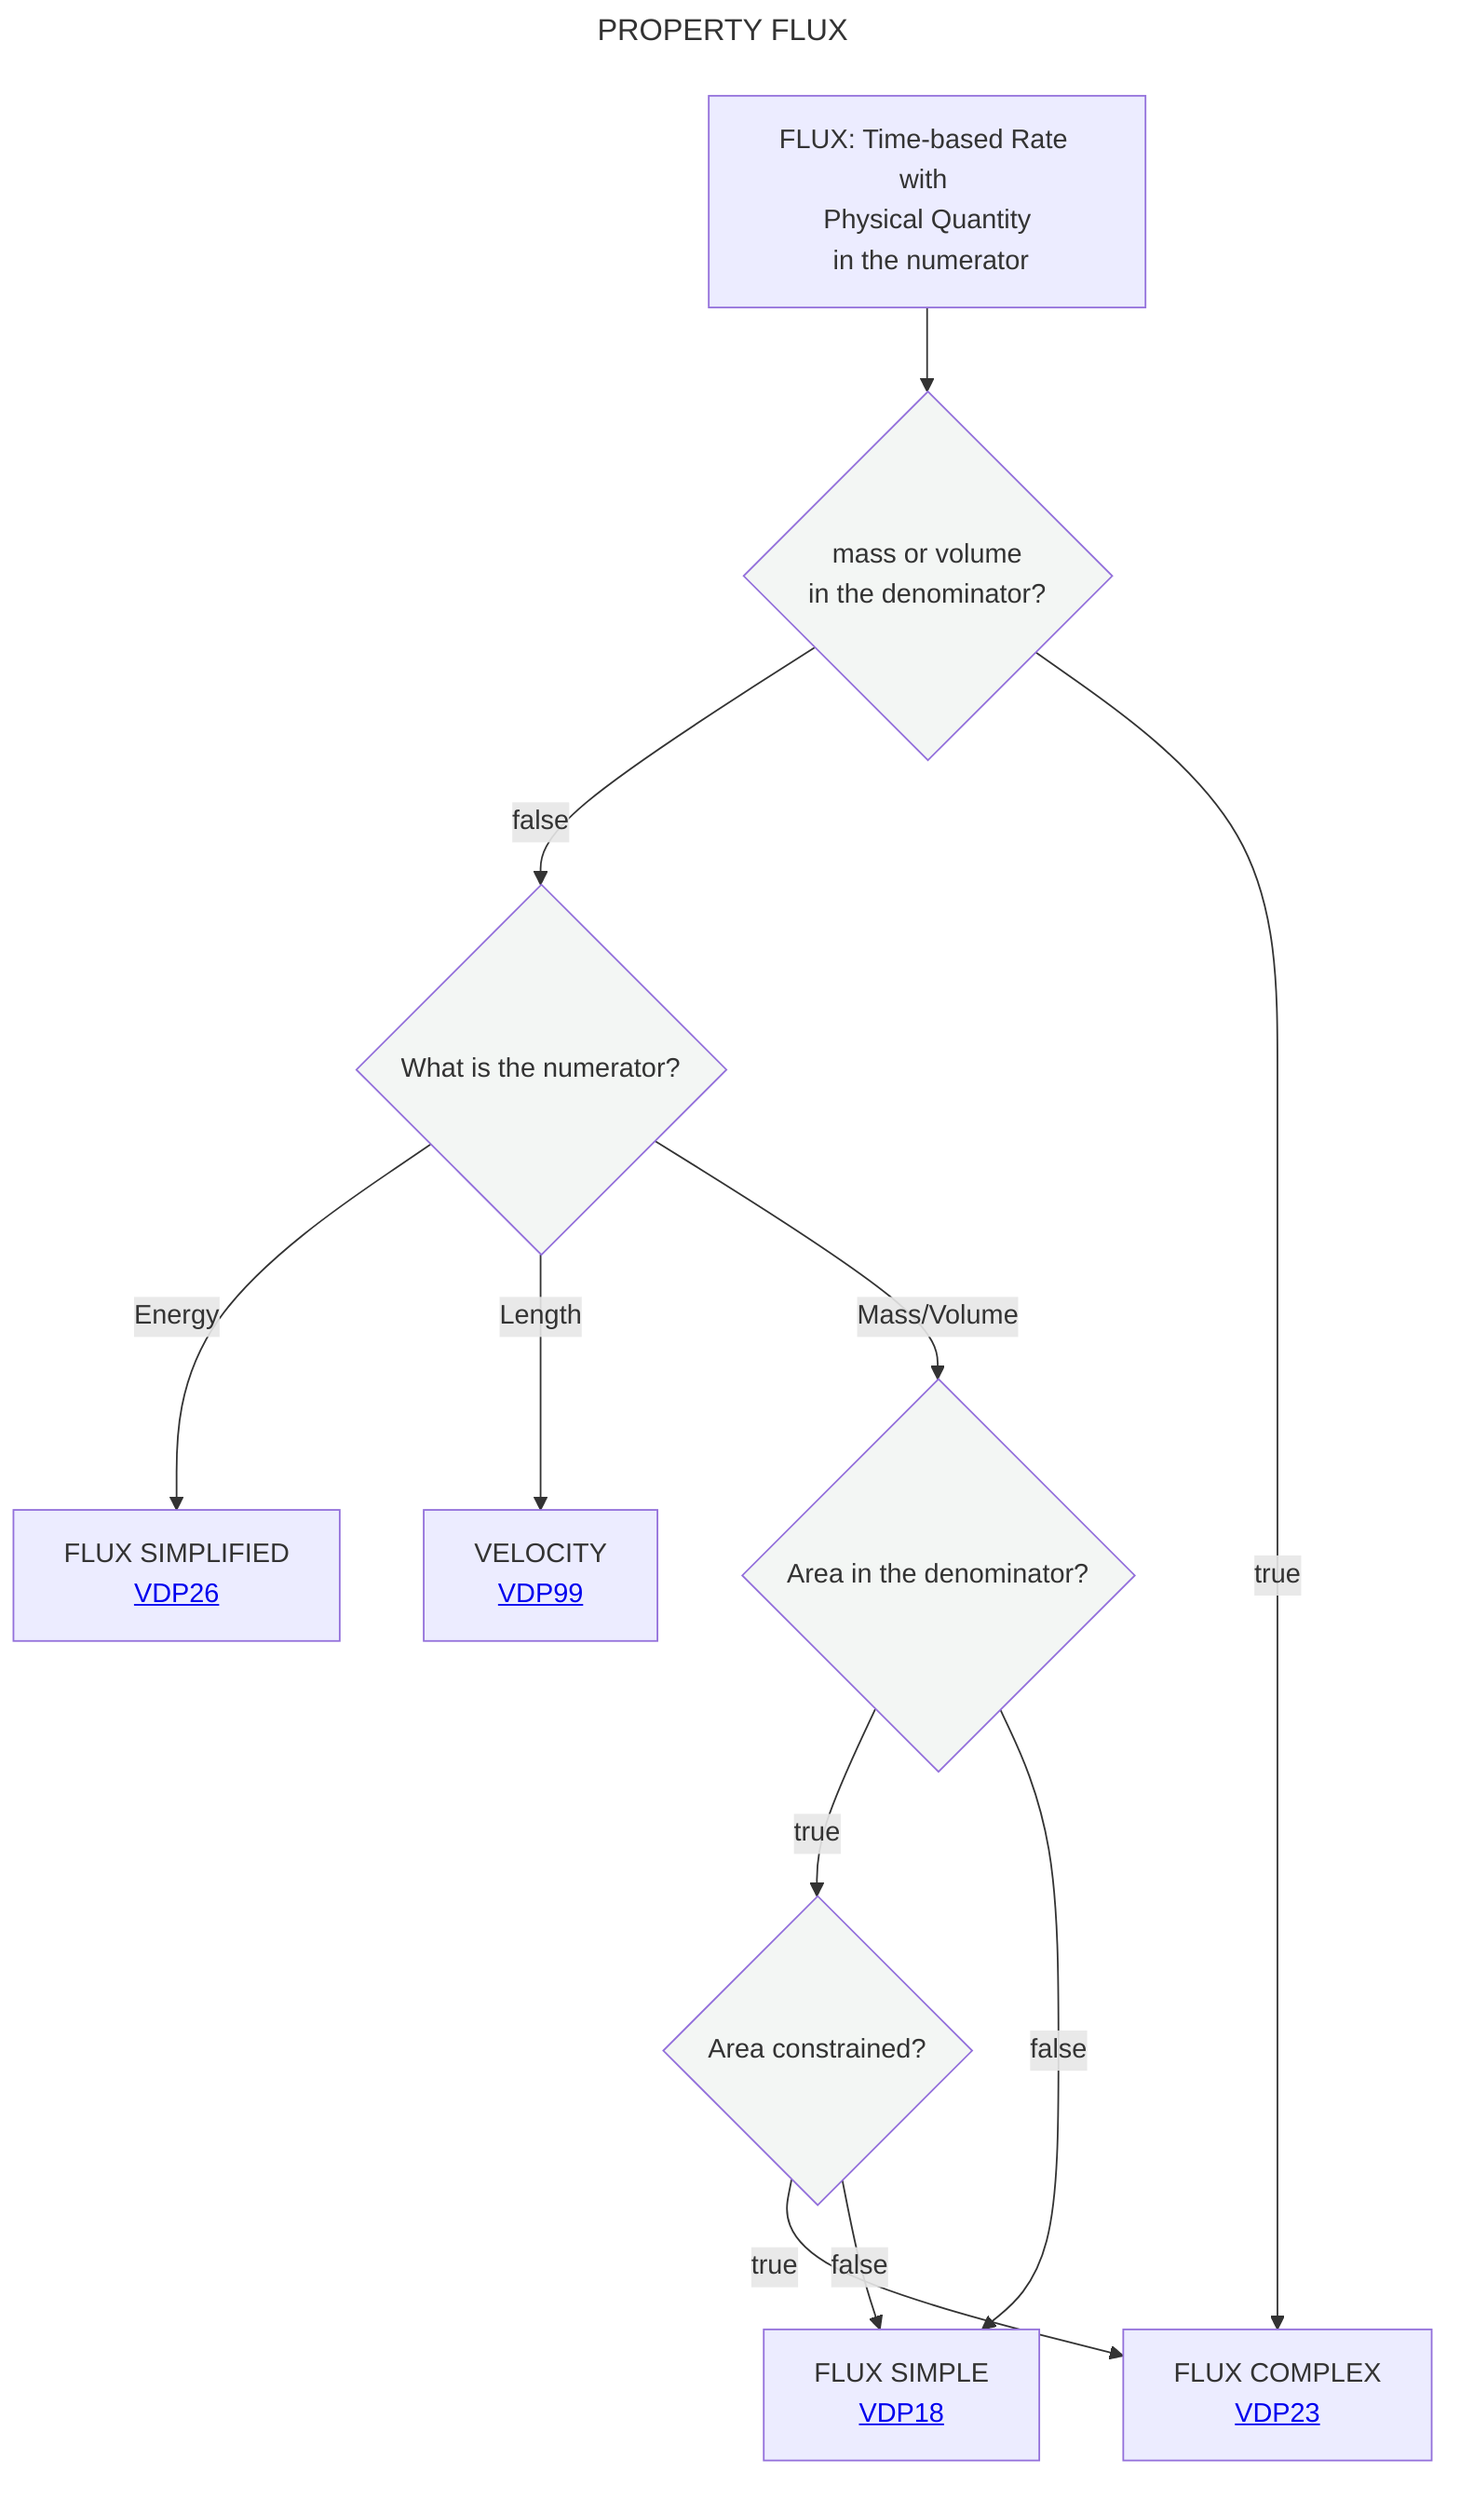
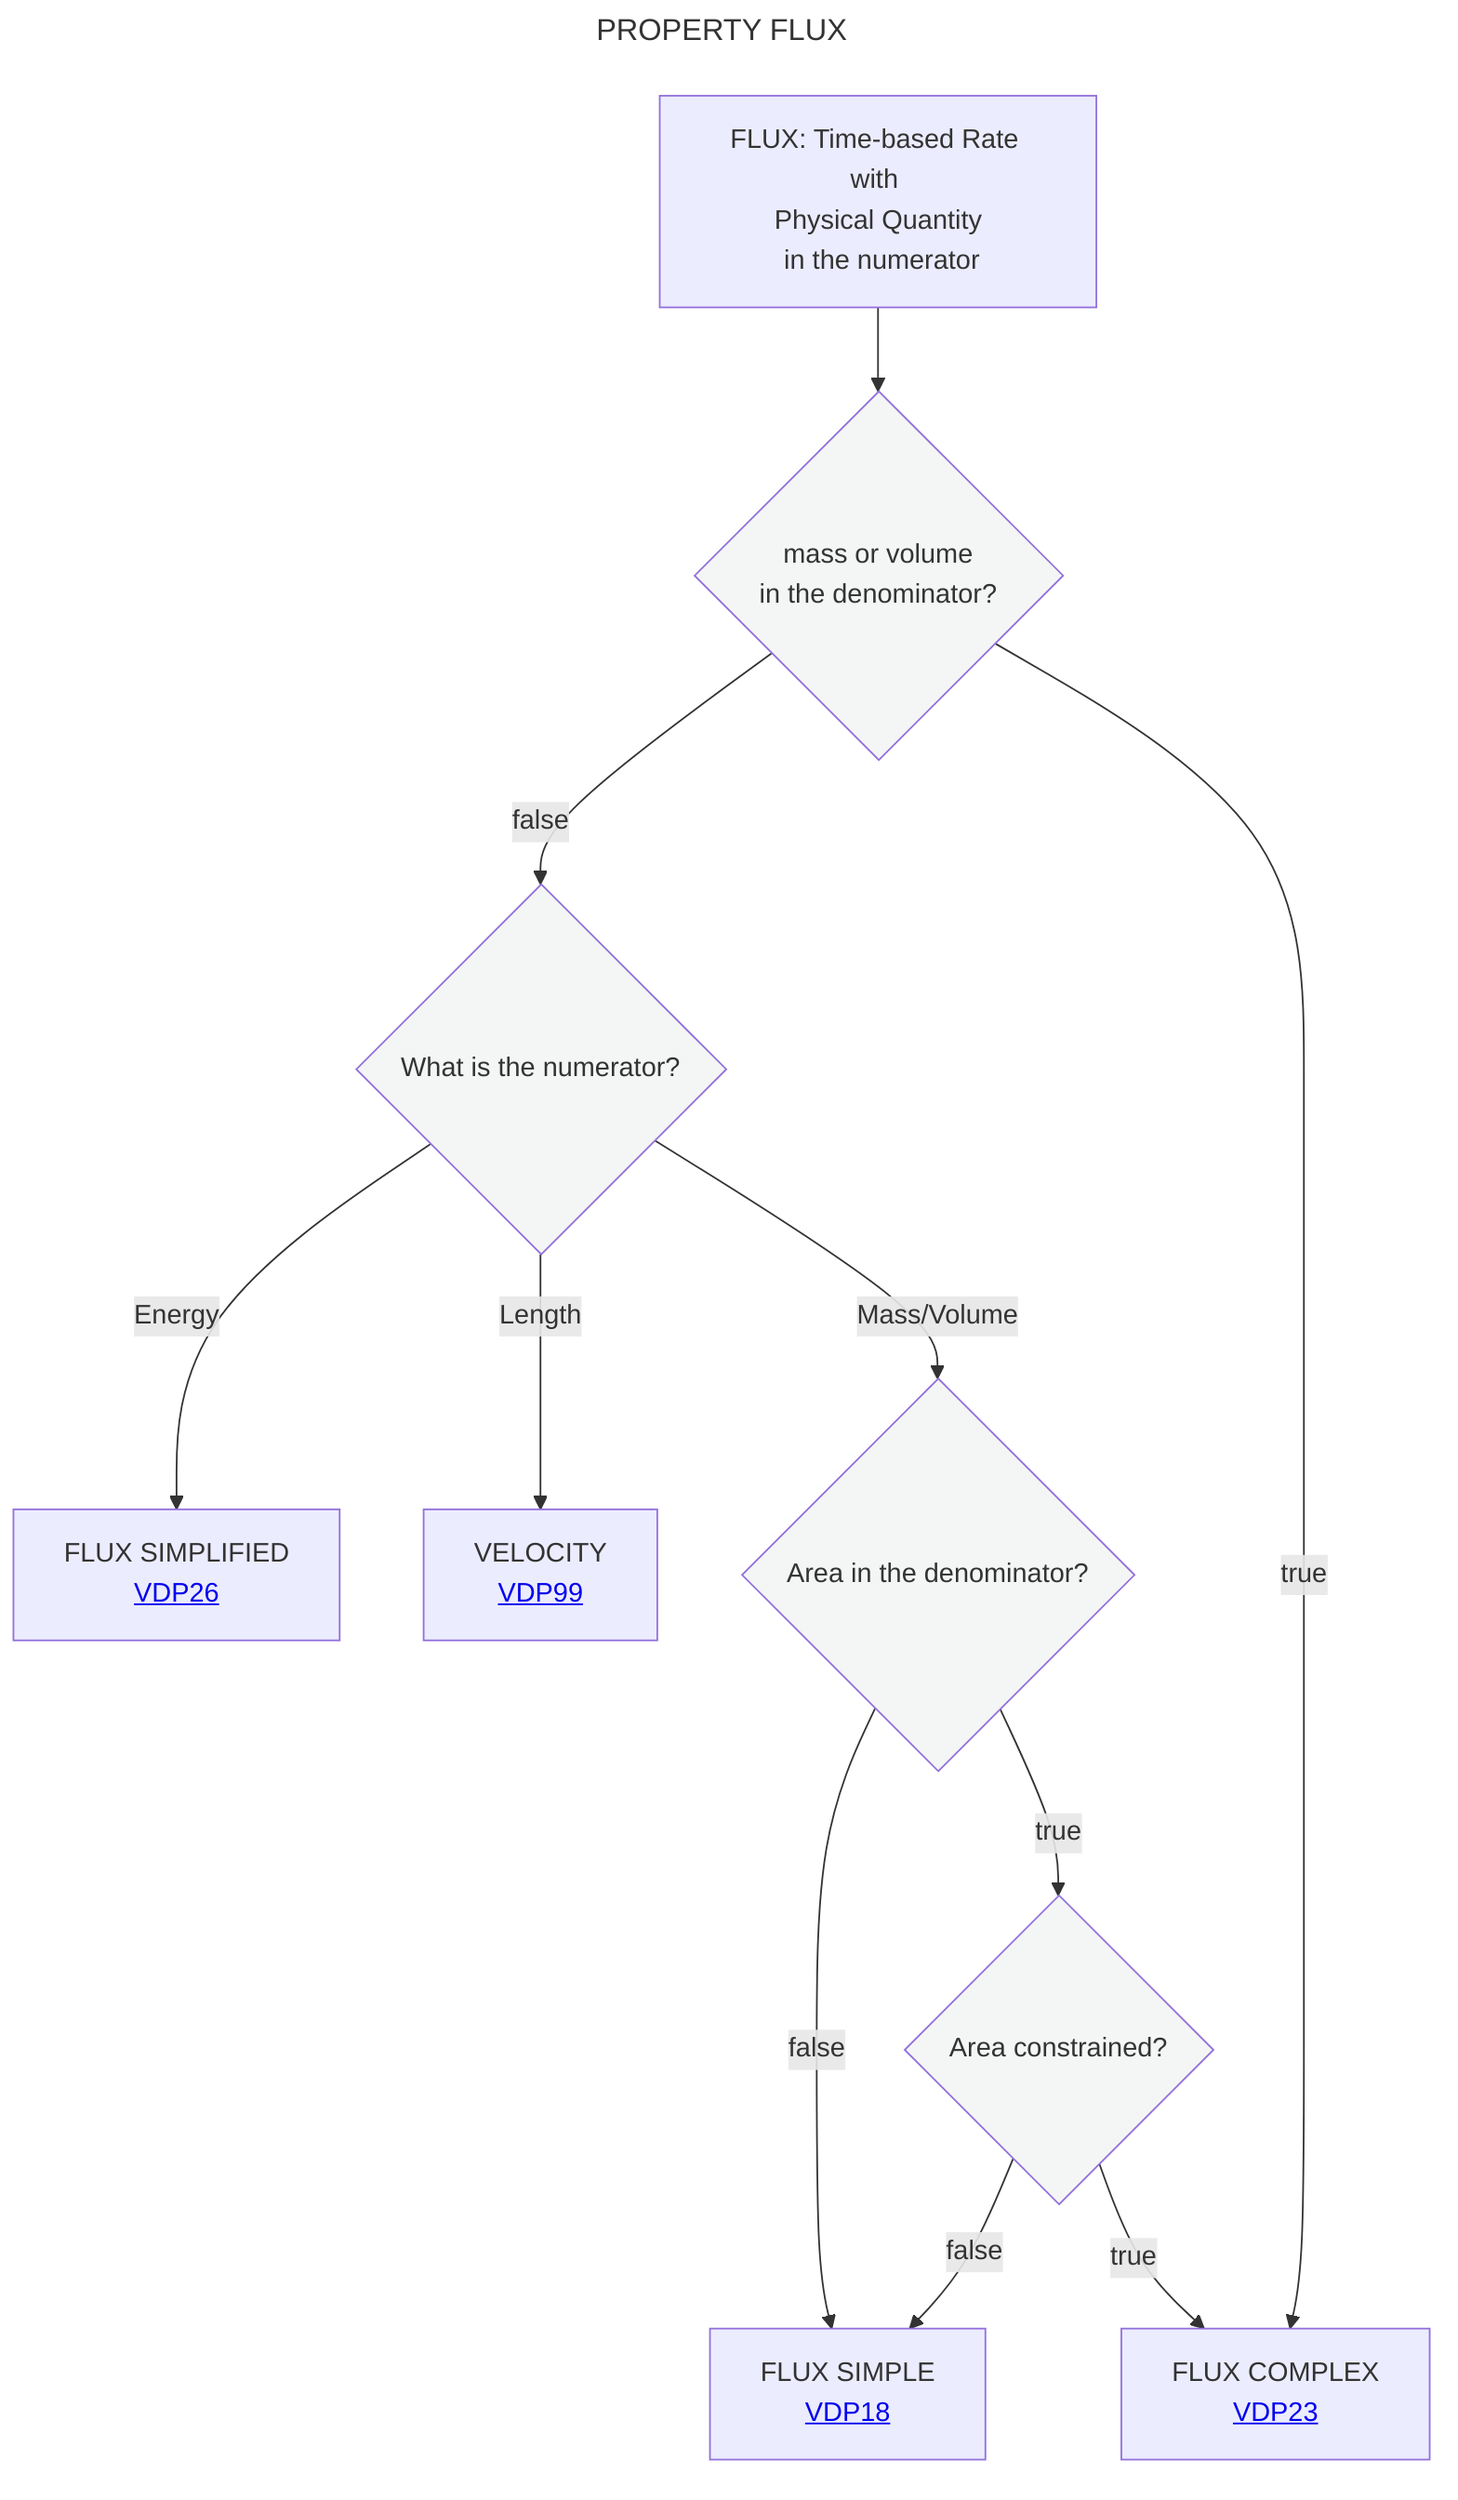
---
title: PROPERTY FLUX
---
flowchart TD
    A[FLUX: Time-based Rate with <br> Physical Quantity <br> in the numerator] --> B{mass or volume <br> in the denominator?}:::white
    B --> |false|C{What is the numerator?}:::white
    C -- Energy--> D[FLUX SIMPLIFIED <br> <a href='https://github.com/mabablue/I-ADOPT-patterns-playground/blob/main/pattern/VDP26.yaml'>VDP26</a>]
    C -- Length --> E[VELOCITY <br> <a href='https://github.com/mabablue/I-ADOPT-patterns-playground/blob/main/pattern/VDP99.yaml'>VDP99</a]
    C -- Mass/Volume --> F{Area in the denominator?}:::white
    F --> |true|G{Area constrained?}:::white
+     G --> |true|H[FLUX COMPLEX <br> <a href='https://github.com/mabablue/I-ADOPT-patterns-playground/blob/main/pattern/VDP23.yaml'>VDP23</a>]
    F --> |false|I[FLUX SIMPLE <br> <a href='https://github.com/mabablue/I-ADOPT-patterns-playground/blob/main/pattern/VDP18.yaml'>VDP18</a>]
-     G --> |true|H[FLUX COMPLEX <br> <a href='https://github.com/mabablue/I-ADOPT-patterns-playground/blob/main/pattern/VDP23.yaml'>VDP23</a>]
    G --> |false|I
    B --> |true|H
   classDef blue fill:#90D5FF
   classDef satblue fill:#57B9FF
   classDef white fill:#f3f6f4
   classDef green fill:#6aa84f
